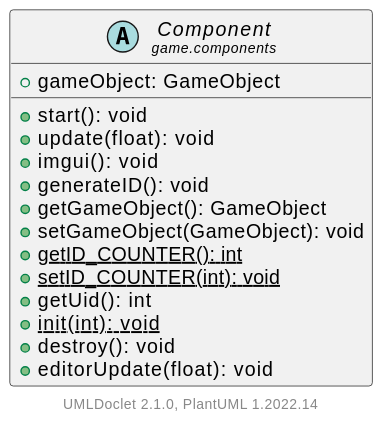
Above: doc/javadoc/game/components/Component.svg in Hirschiii/JavaGameEngine (PlantUML), before the change.
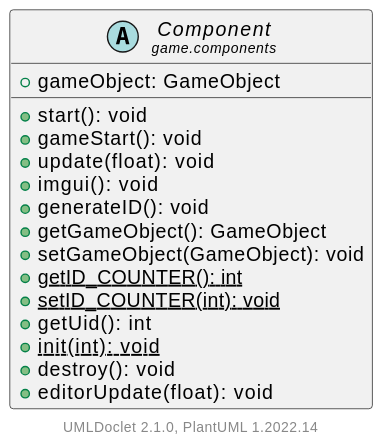
After the change.

Change to the diagram source:
```diff
@@ -6,6 +6,7 @@
     abstract class "<size:14>Component\n<size:10>game.components" as game.components.Component [[Component.html]] {
         +gameObject: GameObject
         +start(): void
+        +gameStart(): void
         +update(float): void
         +imgui(): void
         +generateID(): void
```
